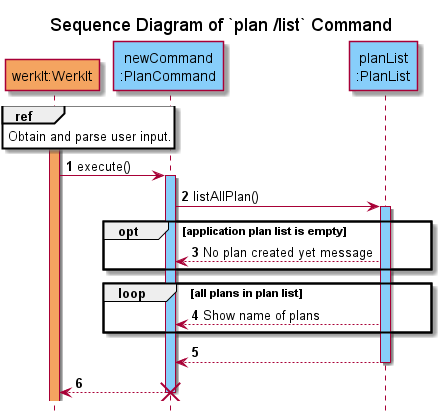
The PlantUML diagram docs/uml/sequenceDiagrams/plans/images/listPlan.png in nus-cs2113-AY2122S2/tp, before a commit.
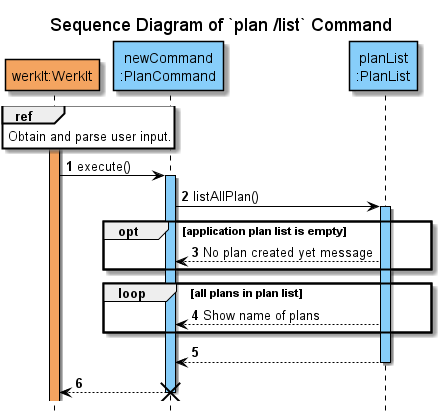
Later version of the same file.

Commit message:
Add colours to list workout

The edit, as a diff of the source:
```diff
@@ -6,19 +6,19 @@
 title Sequence Diagram of `plan /list` Command
 hide footbox
 
-participant "werkIt:WerkIt" AS WerkIt #Sandybrown
-participant "newCommand\n:PlanCommand" AS newCommand #LightSkyBlue
-participant "planList\n:PlanList" AS PlanList #LightSkyBlue
+participant "werkIt:WerkIt" AS WerkIt COLOR_WERKIT
+participant "newCommand\n:PlanCommand" AS newCommand COLOR_LOGIC
+participant "planList\n:PlanList" AS PlanList COLOR_LOGIC
 
-activate WerkIt #Sandybrown
+activate WerkIt COLOR_WERKIT
 ref over WerkIt
 Obtain and parse user input.
 end
 
 WerkIt -> newCommand : execute()
-activate newCommand #LightSkyBlue
+activate newCommand COLOR_LOGIC
 newCommand -> PlanList : listAllPlan()
-activate PlanList #LightSkyBlue
+activate PlanList COLOR_LOGIC
 opt application plan list is empty
 newCommand <-- PlanList : No plan created yet message
 end
```
